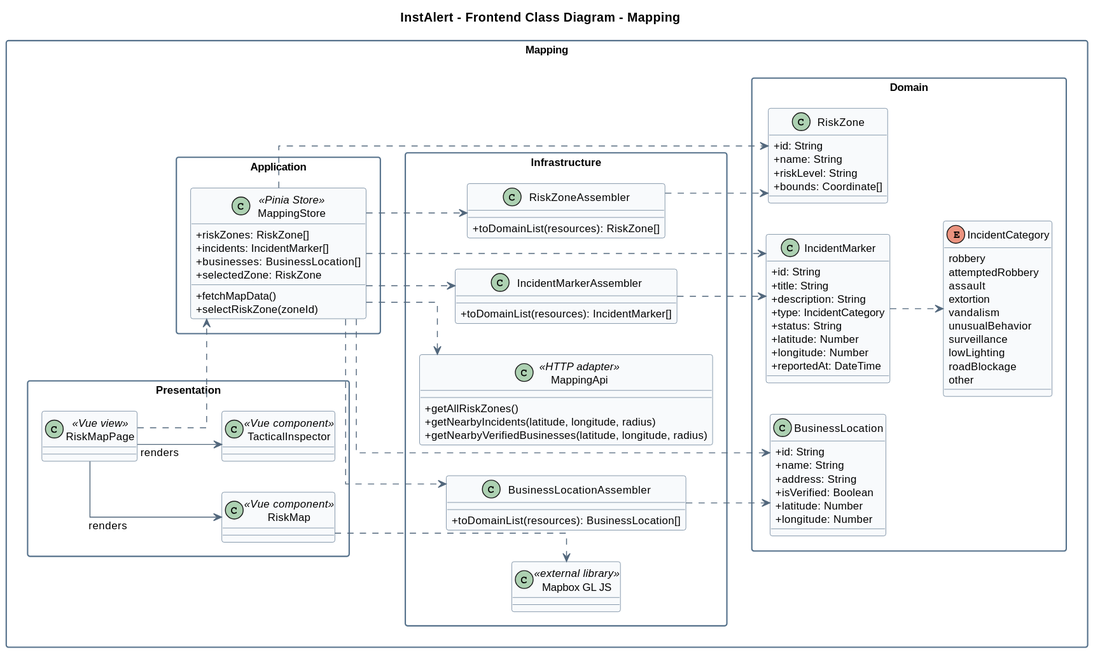
LosIncreiblesCorp/losIncreibles-project-report keeps this PlantUML diagram as assets/Chapter4/class-diagrams/mapping.svg. Above is the earlier version.
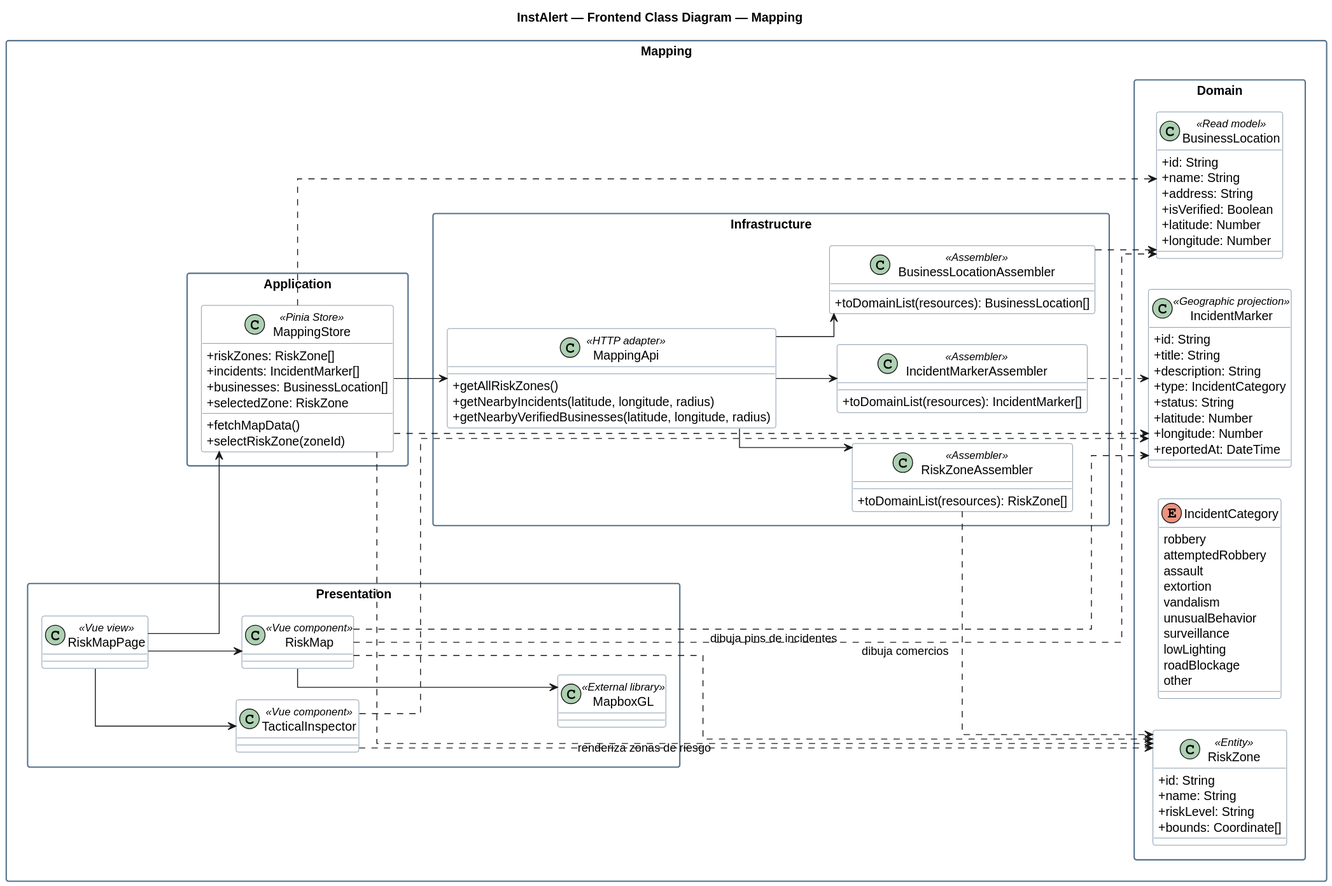
After the change.

Diff of the diagram source:
```diff
@@ -1,21 +1,17 @@
 @startuml
-title InstAlert - Frontend Class Diagram - Mapping
-
+title InstAlert — Frontend Class Diagram — Mapping
 left to right direction
 skinparam packageStyle rectangle
+skinparam shadowing false
 skinparam classAttributeIconSize 0
-skinparam shadowing false
 skinparam linetype ortho
-skinparam defaultFontSize 12
 skinparam packageBorderColor #55718B
-skinparam classBorderColor #58728B
-skinparam ArrowColor #52677C
-skinparam packageBackgroundColor #FFFFFF
-skinparam classBackgroundColor #F8FAFC
+skinparam classBorderColor #55718B
+skinparam classBackgroundColor #FFFFFF
 
-package "Mapping" as mappingContext {
-  package "Domain" as mappingDomain {
-    class "BusinessLocation" as businessLocation {
+package "Mapping" {
+  package "Domain" {
+    class BusinessLocation <<Read model>> {
       +id: String
       +name: String
       +address: String
@@ -23,7 +19,7 @@
       +latitude: Number
       +longitude: Number
     }
-    class "IncidentMarker" as incidentMarker {
+    class IncidentMarker <<Geographic projection>> {
       +id: String
       +title: String
       +description: String
@@ -33,7 +29,7 @@
       +longitude: Number
       +reportedAt: DateTime
     }
-    enum "IncidentCategory" as incidentCategory {
+    enum IncidentCategory {
       robbery
       attemptedRobbery
       assault
@@ -45,15 +41,16 @@
       roadBlockage
       other
     }
-    class "RiskZone" as riskZone {
+    class RiskZone <<Entity>> {
       +id: String
       +name: String
       +riskLevel: String
       +bounds: Coordinate[]
     }
   }
-  package "Application" as mappingApplication {
-    class "MappingStore" as mappingStore <<Pinia Store>> {
+
+  package "Application" {
+    class MappingStore <<Pinia Store>> {
       +riskZones: RiskZone[]
       +incidents: IncidentMarker[]
       +businesses: BusinessLocation[]
@@ -62,42 +59,49 @@
       +selectRiskZone(zoneId)
     }
   }
-  package "Infrastructure" as mappingInfrastructure {
-    class "MappingApi" as mappingApi <<HTTP adapter>> {
+
+  package "Infrastructure" {
+    class MappingApi <<HTTP adapter>> {
       +getAllRiskZones()
       +getNearbyIncidents(latitude, longitude, radius)
       +getNearbyVerifiedBusinesses(latitude, longitude, radius)
     }
-    class "RiskZoneAssembler" as riskZoneAssembler {
+    class RiskZoneAssembler <<Assembler>> {
       +toDomainList(resources): RiskZone[]
     }
-    class "IncidentMarkerAssembler" as incidentMarkerAssembler {
+    class IncidentMarkerAssembler <<Assembler>> {
       +toDomainList(resources): IncidentMarker[]
     }
-    class "BusinessLocationAssembler" as businessLocationAssembler {
+    class BusinessLocationAssembler <<Assembler>> {
       +toDomainList(resources): BusinessLocation[]
     }
-    class "Mapbox GL JS" as mapboxLibrary <<external library>>
   }
-  package "Presentation" as mappingPresentation {
-    class "RiskMapPage" as riskMapPage <<Vue view>>
-    class "RiskMap" as riskMap <<Vue component>>
-    class "TacticalInspector" as tacticalInspector <<Vue component>>
+
+  package "Presentation" {
+    class RiskMapPage <<Vue view>>
+    class RiskMap <<Vue component>>
+    class TacticalInspector <<Vue component>>
+    class MapboxGL <<External library>>
   }
 }
-riskMapPage ..> mappingStore
-riskMapPage --> riskMap : renders
-riskMapPage --> tacticalInspector : renders
-riskMap ..> mapboxLibrary
-mappingStore ..> mappingApi
-mappingStore ..> riskZoneAssembler
-mappingStore ..> incidentMarkerAssembler
-mappingStore ..> businessLocationAssembler
-mappingStore ..> riskZone
-mappingStore ..> incidentMarker
-mappingStore ..> businessLocation
-riskZoneAssembler ..> riskZone
-incidentMarkerAssembler ..> incidentMarker
-businessLocationAssembler ..> businessLocation
-incidentMarker ..> incidentCategory
+
+MappingStore --> MappingApi
+MappingStore ..> RiskZone
+MappingStore ..> IncidentMarker
+MappingStore ..> BusinessLocation
+MappingApi --> RiskZoneAssembler
+MappingApi --> IncidentMarkerAssembler
+MappingApi --> BusinessLocationAssembler
+RiskZoneAssembler ..> RiskZone
+IncidentMarkerAssembler ..> IncidentMarker
+BusinessLocationAssembler ..> BusinessLocation
+RiskMapPage --> MappingStore
+RiskMapPage --> RiskMap
+RiskMapPage --> TacticalInspector
+RiskMap --> MapboxGL
+RiskMap ..> RiskZone : renderiza zonas de riesgo
+RiskMap ..> IncidentMarker : dibuja pins de incidentes
+RiskMap ..> BusinessLocation : dibuja comercios
+TacticalInspector ..> RiskZone
+TacticalInspector ..> IncidentMarker
 @enduml
```
